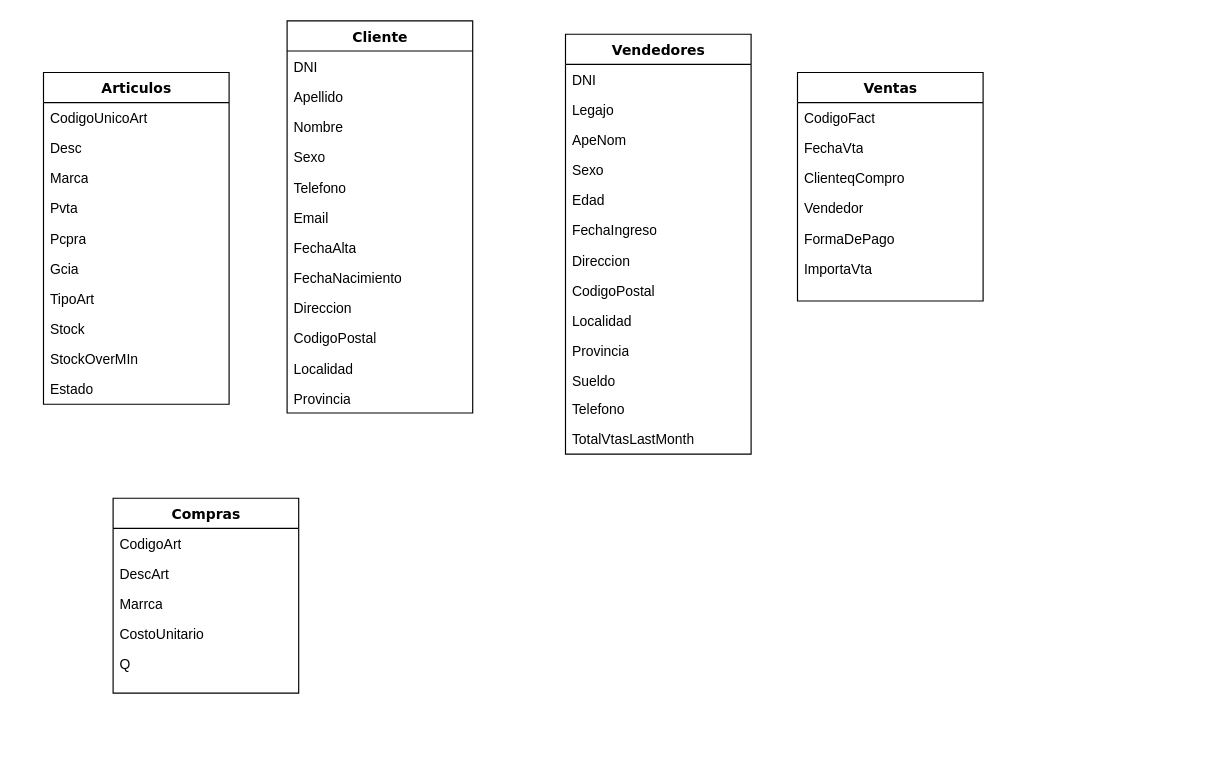
MATUKE23/LABIII keeps this draw.io diagram as Diagram TP1A V2.drawio. Above is the earlier version. Source tidied: cells renumbered, new cells numbered last; positions are measured from the earlier drawing's top-left corner, leaving out a move shared by most shapes. Both pictures are drawn from the tidied source at 116%, with x=0, y=0 at pixel (43, 21).
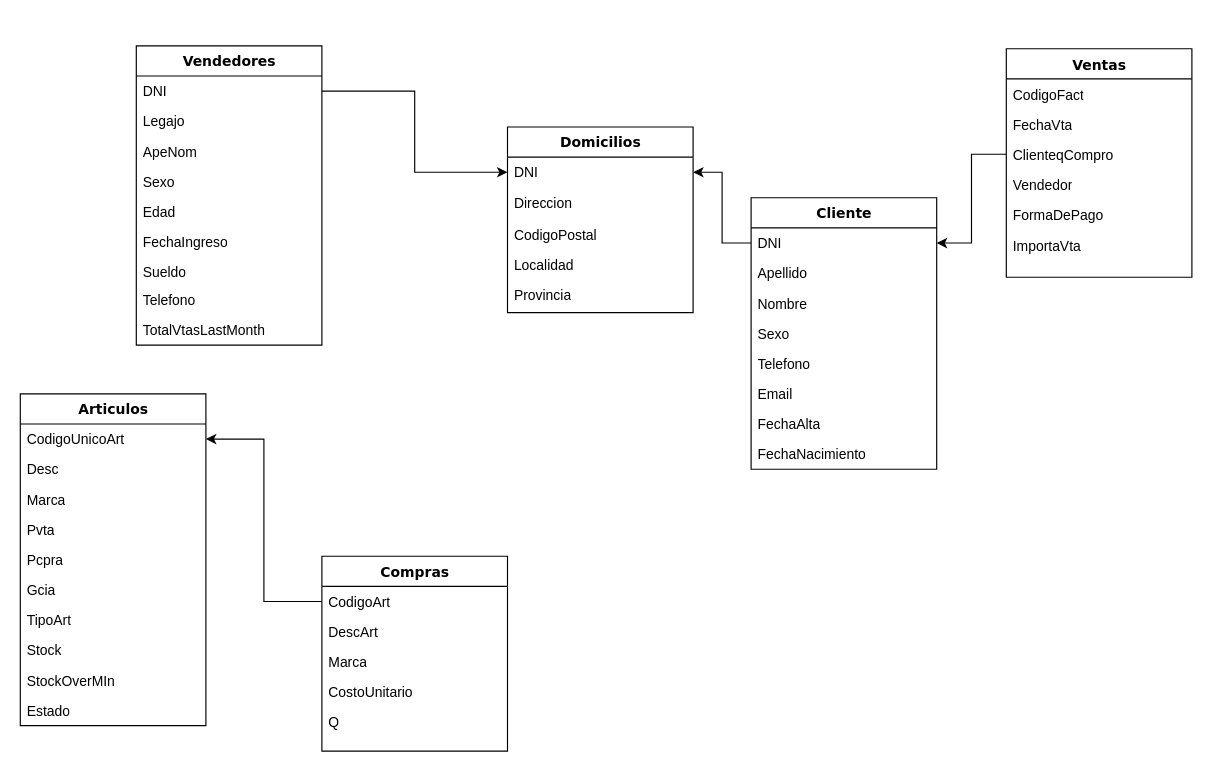
The same diagram, later.

The change refers to these unchanged cells:
```xml
<mxCell id="3" value="CodigoUnicoArt" style="text;html=1;strokeColor=none;fillColor=none;align=left;verticalAlign=top;spacingLeft=4;spacingRight=4;whiteSpace=wrap;overflow=hidden;points=[[0,0.5],[1,0.5]];portConstraint=eastwest;" parent="2" vertex="1">
  <mxGeometry y="26" width="160" height="26" as="geometry" />
</mxCell>
<mxCell id="30" value="ClienteqCompro" style="text;html=1;strokeColor=none;fillColor=none;align=left;verticalAlign=top;spacingLeft=4;spacingRight=4;whiteSpace=wrap;overflow=hidden;points=[[0,0.5],[1,0.5]];portConstraint=eastwest;" parent="27" vertex="1">
  <mxGeometry y="78" width="160" height="26" as="geometry" />
</mxCell>
<mxCell id="35" value="DNI" style="text;html=1;strokeColor=none;fillColor=none;align=left;verticalAlign=top;spacingLeft=4;spacingRight=4;whiteSpace=wrap;overflow=hidden;points=[[0,0.5],[1,0.5]];portConstraint=eastwest;" parent="34" vertex="1">
  <mxGeometry y="26" width="160" height="26" as="geometry" />
</mxCell>
<mxCell id="48" value="CodigoArt" style="text;html=1;strokeColor=none;fillColor=none;align=left;verticalAlign=top;spacingLeft=4;spacingRight=4;whiteSpace=wrap;overflow=hidden;points=[[0,0.5],[1,0.5]];portConstraint=eastwest;" parent="47" vertex="1">
  <mxGeometry y="26" width="160" height="26" as="geometry" />
</mxCell>
```

What changed in the source:
```diff
@@
     <mxCell id="2" value="Articulos" style="swimlane;html=1;fontStyle=1;align=center;verticalAlign=top;horizontal=1;startSize=26;swimlaneFillColor=#ffffff;rounded=0;shadow=0;comic=0;labelBackgroundColor=none;strokeWidth=1;fillColor=none;fontFamily=Verdana;fontSize=12;" parent="1" vertex="1">
-      <mxGeometry y="44" width="160" height="286" as="geometry" />
+      <mxGeometry x="-20" y="321" width="160" height="286" as="geometry" />
     </mxCell>
@@
     <mxCell id="13" value="Vendedores" style="swimlane;html=1;fontStyle=1;align=center;verticalAlign=top;horizontal=1;startSize=26;swimlaneFillColor=#ffffff;rounded=0;shadow=0;comic=0;labelBackgroundColor=none;strokeWidth=1;fillColor=none;fontFamily=Verdana;fontSize=12;" parent="1" vertex="1">
-      <mxGeometry x="450" y="11" width="160" height="362" as="geometry" />
+      <mxGeometry x="80" y="21" width="160" height="258" as="geometry" />
     </mxCell>
-    <mxCell id="14" value="DNI" style="text;html=1;strokeColor=none;fillColor=none;align=left;verticalAlign=top;spacingLeft=4;spacingRight=4;whiteSpace=wrap;overflow=hidden;" parent="13" vertex="1">
-      <mxGeometry y="26" width="160" height="26" as="geometry" />
-    </mxCell>
+    <mxCell id="53" value="DNI" style="text;html=1;strokeColor=none;fillColor=none;align=left;verticalAlign=top;spacingLeft=4;spacingRight=4;whiteSpace=wrap;overflow=hidden;points=[[0,0.5],[1,0.5]];portConstraint=eastwest;" parent="13" vertex="1">
+      <mxGeometry y="26" width="160" height="26" as="geometry" />
+    </mxCell>
@@
-    <mxCell id="20" value="Direccion" style="text;html=1;strokeColor=none;fillColor=none;align=left;verticalAlign=top;spacingLeft=4;spacingRight=4;whiteSpace=wrap;overflow=hidden;" parent="13" vertex="1">
-      <mxGeometry y="182" width="160" height="26" as="geometry" />
-    </mxCell>
-    <mxCell id="21" value="CodigoPostal" style="text;html=1;strokeColor=none;fillColor=none;align=left;verticalAlign=top;spacingLeft=4;spacingRight=4;whiteSpace=wrap;overflow=hidden;" parent="13" vertex="1">
-      <mxGeometry y="208" width="160" height="26" as="geometry" />
-    </mxCell>
-    <mxCell id="22" value="Localidad" style="text;html=1;strokeColor=none;fillColor=none;align=left;verticalAlign=top;spacingLeft=4;spacingRight=4;whiteSpace=wrap;overflow=hidden;" parent="13" vertex="1">
-      <mxGeometry y="234" width="160" height="26" as="geometry" />
-    </mxCell>
-    <mxCell id="23" value="Provincia" style="text;html=1;strokeColor=none;fillColor=none;align=left;verticalAlign=top;spacingLeft=4;spacingRight=4;whiteSpace=wrap;overflow=hidden;" parent="13" vertex="1">
-      <mxGeometry y="260" width="160" height="26" as="geometry" />
-    </mxCell>
     <mxCell id="24" value="Sueldo" style="text;html=1;strokeColor=none;fillColor=none;align=left;verticalAlign=top;spacingLeft=4;spacingRight=4;whiteSpace=wrap;overflow=hidden;" parent="13" vertex="1">
-      <mxGeometry y="286" width="160" height="24" as="geometry" />
+      <mxGeometry y="182" width="160" height="24" as="geometry" />
     </mxCell>
     <mxCell id="25" value="Telefono" style="text;html=1;strokeColor=none;fillColor=none;align=left;verticalAlign=top;spacingLeft=4;spacingRight=4;whiteSpace=wrap;overflow=hidden;" parent="13" vertex="1">
-      <mxGeometry y="310" width="160" height="26" as="geometry" />
+      <mxGeometry y="206" width="160" height="26" as="geometry" />
     </mxCell>
     <mxCell id="26" value="TotalVtasLastMonth" style="text;html=1;strokeColor=none;fillColor=none;align=left;verticalAlign=top;spacingLeft=4;spacingRight=4;whiteSpace=wrap;overflow=hidden;" parent="13" vertex="1">
-      <mxGeometry y="336" width="160" height="26" as="geometry" />
+      <mxGeometry y="232" width="160" height="26" as="geometry" />
     </mxCell>
     <mxCell id="27" value="Ventas" style="swimlane;html=1;fontStyle=1;align=center;verticalAlign=top;horizontal=1;startSize=26;swimlaneFillColor=#ffffff;rounded=0;shadow=0;comic=0;labelBackgroundColor=none;strokeWidth=1;fillColor=none;fontFamily=Verdana;fontSize=12;" parent="1" vertex="1">
-      <mxGeometry x="650" y="44" width="160" height="197" as="geometry" />
+      <mxGeometry x="830" y="23.5" width="160" height="197" as="geometry" />
     </mxCell>
@@
     <mxCell id="34" value="Cliente" style="swimlane;html=1;fontStyle=1;align=center;verticalAlign=top;horizontal=1;startSize=26;swimlaneFillColor=#ffffff;rounded=0;shadow=0;comic=0;labelBackgroundColor=none;strokeWidth=1;fillColor=none;fontFamily=Verdana;fontSize=12;" parent="1" vertex="1">
-      <mxGeometry x="210" y="-0.5" width="160" height="338" as="geometry" />
+      <mxGeometry x="610" y="152" width="160" height="234" as="geometry" />
     </mxCell>
@@
-    <mxCell id="43" value="Direccion" style="text;html=1;strokeColor=none;fillColor=none;align=left;verticalAlign=top;spacingLeft=4;spacingRight=4;whiteSpace=wrap;overflow=hidden;" parent="34" vertex="1">
-      <mxGeometry y="234" width="160" height="26" as="geometry" />
-    </mxCell>
-    <mxCell id="44" value="CodigoPostal" style="text;html=1;strokeColor=none;fillColor=none;align=left;verticalAlign=top;spacingLeft=4;spacingRight=4;whiteSpace=wrap;overflow=hidden;" parent="34" vertex="1">
-      <mxGeometry y="260" width="160" height="26" as="geometry" />
-    </mxCell>
-    <mxCell id="45" value="Localidad" style="text;html=1;strokeColor=none;fillColor=none;align=left;verticalAlign=top;spacingLeft=4;spacingRight=4;whiteSpace=wrap;overflow=hidden;" parent="34" vertex="1">
-      <mxGeometry y="286" width="160" height="26" as="geometry" />
-    </mxCell>
-    <mxCell id="46" value="Provincia" style="text;html=1;strokeColor=none;fillColor=none;align=left;verticalAlign=top;spacingLeft=4;spacingRight=4;whiteSpace=wrap;overflow=hidden;" parent="34" vertex="1">
-      <mxGeometry y="312" width="160" height="26" as="geometry" />
-    </mxCell>
     <mxCell id="47" value="Compras" style="swimlane;html=1;fontStyle=1;align=center;verticalAlign=top;horizontal=1;startSize=26;swimlaneFillColor=#ffffff;rounded=0;shadow=0;comic=0;labelBackgroundColor=none;strokeWidth=1;fillColor=none;fontFamily=Verdana;fontSize=12;" parent="1" vertex="1">
-      <mxGeometry x="60" y="411" width="160" height="168" as="geometry" />
+      <mxGeometry x="240" y="461" width="160" height="168" as="geometry" />
     </mxCell>
@@
-    <mxCell id="50" value="Marrca" style="text;html=1;strokeColor=none;fillColor=none;align=left;verticalAlign=top;spacingLeft=4;spacingRight=4;whiteSpace=wrap;overflow=hidden;" parent="47" vertex="1">
+    <mxCell id="50" value="Marca" style="text;html=1;strokeColor=none;fillColor=none;align=left;verticalAlign=top;spacingLeft=4;spacingRight=4;whiteSpace=wrap;overflow=hidden;" parent="47" vertex="1">
       <mxGeometry y="78" width="160" height="26" as="geometry" />
     </mxCell>
@@
+    <mxCell id="54" value="Domicilios" style="swimlane;html=1;fontStyle=1;align=center;verticalAlign=top;horizontal=1;startSize=26;swimlaneFillColor=#ffffff;rounded=0;shadow=0;comic=0;labelBackgroundColor=none;strokeWidth=1;fillColor=none;fontFamily=Verdana;fontSize=12;" parent="1" vertex="1">
+      <mxGeometry x="400" y="91" width="160" height="160" as="geometry" />
+    </mxCell>
+    <mxCell id="55" value="DNI" style="text;html=1;strokeColor=none;fillColor=none;align=left;verticalAlign=top;spacingLeft=4;spacingRight=4;whiteSpace=wrap;overflow=hidden;points=[[0,0.5],[1,0.5]];portConstraint=eastwest;" parent="54" vertex="1">
+      <mxGeometry y="26" width="160" height="26" as="geometry" />
+    </mxCell>
+    <mxCell id="56" value="Direccion" style="text;html=1;strokeColor=none;fillColor=none;align=left;verticalAlign=top;spacingLeft=4;spacingRight=4;whiteSpace=wrap;overflow=hidden;" parent="54" vertex="1">
+      <mxGeometry y="52" width="160" height="28" as="geometry" />
+    </mxCell>
+    <mxCell id="57" value="CodigoPostal" style="text;html=1;strokeColor=none;fillColor=none;align=left;verticalAlign=top;spacingLeft=4;spacingRight=4;whiteSpace=wrap;overflow=hidden;" parent="54" vertex="1">
+      <mxGeometry y="80" width="160" height="26" as="geometry" />
+    </mxCell>
+    <mxCell id="58" value="Localidad" style="text;html=1;strokeColor=none;fillColor=none;align=left;verticalAlign=top;spacingLeft=4;spacingRight=4;whiteSpace=wrap;overflow=hidden;" parent="54" vertex="1">
+      <mxGeometry y="106" width="160" height="26" as="geometry" />
+    </mxCell>
+    <mxCell id="59" value="Provincia" style="text;html=1;strokeColor=none;fillColor=none;align=left;verticalAlign=top;spacingLeft=4;spacingRight=4;whiteSpace=wrap;overflow=hidden;" parent="54" vertex="1">
+      <mxGeometry y="132" width="160" height="26" as="geometry" />
+    </mxCell>
+    <mxCell id="60" style="edgeStyle=orthogonalEdgeStyle;rounded=0;jettySize=auto;html=1;" parent="1" edge="1" source="35" target="55">
+      <mxGeometry relative="1" as="geometry" />
+    </mxCell>
+    <mxCell id="61" style="edgeStyle=orthogonalEdgeStyle;rounded=0;jettySize=auto;html=1;" parent="1" edge="1" source="48" target="3">
+      <mxGeometry relative="1" as="geometry" />
+    </mxCell>
+    <mxCell id="62" style="edgeStyle=orthogonalEdgeStyle;rounded=0;jettySize=auto;html=1;" parent="1" edge="1" source="53" target="55">
+      <mxGeometry relative="1" as="geometry" />
+    </mxCell>
+    <mxCell id="63" style="edgeStyle=orthogonalEdgeStyle;rounded=0;jettySize=auto;html=1;" parent="1" edge="1" source="30" target="35">
+      <mxGeometry relative="1" as="geometry" />
+    </mxCell>
```
